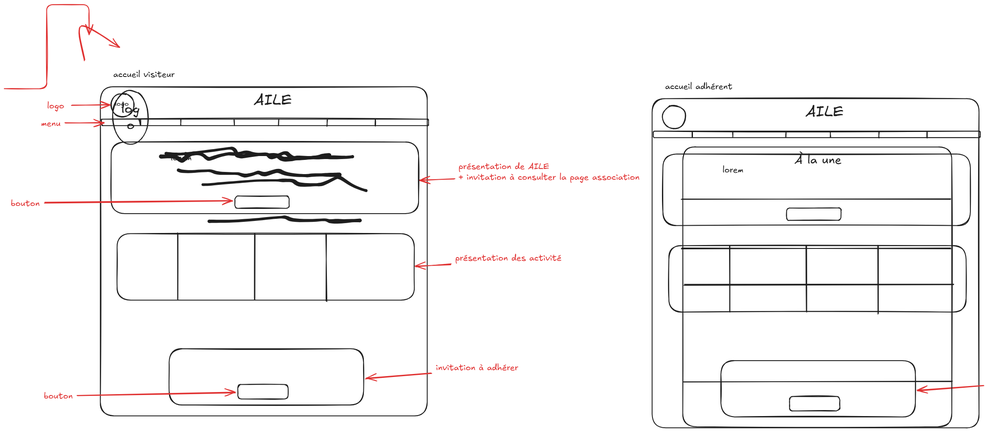
Earlier version of the Excalidraw export Conception/schéma/wireframe.excalidraw.png (kurogami20/Aile_damien). Source tidied: one line per element, renumbered; positions are measured from the earlier drawing's top-left corner, leaving out a move shared by most shapes. Its diagram source:
```json
{"id": 0, "type": "rectangle", "strokeColor": "#1e1e1e", "strokeWidth": 2, "roughness": 1, "round": true, "x": 208, "y": 40, "width": 760, "height": 766}
{"id": 1, "type": "ellipse", "strokeColor": "#1e1e1e", "strokeWidth": 2, "roughness": 1, "round": true, "x": 233, "y": 56, "width": 54, "height": 54}
{"id": 2, "type": "text", "text": "AILE", "strokeColor": "#1e1e1e", "strokeWidth": 2, "roughness": 1, "fontSize": 36, "fontFamily": 5, "x": 565, "y": 49, "width": 89, "height": 45}
{"id": 3, "type": "rectangle", "strokeColor": "#1e1e1e", "strokeWidth": 2, "roughness": 1, "round": true, "x": 211, "y": 115, "width": 760, "height": 15}
{"id": 4, "type": "line", "strokeColor": "#1e1e1e", "strokeWidth": 2, "roughness": 1, "round": true, "x": 302, "y": 115, "width": 0, "height": 14, "points": [[0, 0], [0, 14]]}
{"id": 5, "type": "line", "strokeColor": "#1e1e1e", "strokeWidth": 2, "roughness": 1, "round": true, "x": 396, "y": 115, "width": 0, "height": 14, "points": [[0, 0], [0, 14]]}
{"id": 6, "type": "line", "strokeColor": "#1e1e1e", "strokeWidth": 2, "roughness": 1, "round": true, "x": 520, "y": 116, "width": 0, "height": 14, "points": [[0, 0], [0, 14]]}
{"id": 7, "type": "line", "strokeColor": "#1e1e1e", "strokeWidth": 2, "roughness": 1, "round": true, "x": 623, "y": 116, "width": 0, "height": 14, "points": [[0, 0], [0, 14]]}
{"id": 8, "type": "line", "strokeColor": "#1e1e1e", "strokeWidth": 2, "roughness": 1, "round": true, "x": 736, "y": 117, "width": 0, "height": 14, "points": [[0, 0], [0, 14]]}
{"id": 9, "type": "line", "strokeColor": "#1e1e1e", "strokeWidth": 2, "roughness": 1, "round": true, "x": 847, "y": 117, "width": 0, "height": 14, "points": [[0, 0], [0, 14]]}
{"id": 10, "type": "arrow", "strokeColor": "#e03131", "strokeWidth": 2, "roughness": 1, "endArrowhead": "arrow", "round": true, "to": 35, "x": 142, "y": 83, "width": 88, "height": 1, "points": [[0, 0], [88, -1]]}
{"id": 11, "type": "text", "text": "logo", "strokeColor": "#e03131", "strokeWidth": 2, "roughness": 1, "fontSize": 20, "fontFamily": 5, "x": 85, "y": 72, "width": 40, "height": 25}
{"id": 12, "type": "arrow", "strokeColor": "#e03131", "strokeWidth": 2, "roughness": 1, "endArrowhead": "arrow", "round": true, "from": 13, "x": 1031, "y": 254, "width": 81, "height": 3, "points": [[0, 0], [-81, 3]]}
{"id": 13, "type": "text", "text": "présentation de AILE \n+ invitation à consulter la page association", "strokeColor": "#e03131", "strokeWidth": 2, "roughness": 1, "fontSize": 20, "fontFamily": 5, "x": 1041, "y": 214, "width": 421, "height": 50}
{"id": 14, "type": "text", "text": "accueil visiteur", "strokeColor": "#1e1e1e", "strokeWidth": 2, "roughness": 1, "fontSize": 20, "fontFamily": 5, "x": 238, "y": 0, "width": 143, "height": 25}
{"id": 15, "type": "rectangle", "strokeColor": "#1e1e1e", "strokeWidth": 2, "roughness": 1, "round": true, "x": 233, "y": 169, "width": 715, "height": 167}
{"id": 16, "type": "text", "text": "lorem", "strokeColor": "#1e1e1e", "strokeWidth": 2, "roughness": 1, "fontSize": 20, "fontFamily": 5, "x": 372, "y": 193, "width": 48, "height": 25}
{"id": 17, "type": "rectangle", "strokeColor": "#1e1e1e", "strokeWidth": 2, "roughness": 1, "round": true, "x": 247, "y": 382, "width": 691, "height": 155}
{"id": 18, "type": "line", "strokeColor": "#1e1e1e", "strokeWidth": 2, "roughness": 1, "round": true, "x": 388, "y": 382, "width": 0, "height": 154, "points": [[0, 0], [0, 154]]}
{"id": 19, "type": "line", "strokeColor": "#1e1e1e", "strokeWidth": 2, "roughness": 1, "round": true, "x": 568, "y": 382, "width": 0, "height": 154, "points": [[0, 0], [0, 154]]}
{"id": 20, "type": "line", "strokeColor": "#1e1e1e", "strokeWidth": 2, "roughness": 1, "round": true, "x": 734, "y": 382, "width": 0, "height": 158, "points": [[0, 0], [0, 158]]}
{"id": 21, "type": "arrow", "strokeColor": "#e03131", "strokeWidth": 2, "roughness": 1, "endArrowhead": "arrow", "round": true, "from": 22, "x": 1023, "y": 453, "width": 81, "height": 6, "points": [[0, 0], [-81, 6]]}
{"id": 22, "type": "text", "text": "présentation des activité", "strokeColor": "#e03131", "strokeWidth": 2, "roughness": 1, "fontSize": 20, "fontFamily": 5, "x": 1033, "y": 426, "width": 247, "height": 25}
{"id": 23, "type": "rectangle", "strokeColor": "#1e1e1e", "strokeWidth": 2, "roughness": 1, "round": true, "x": 368, "y": 649, "width": 452, "height": 131}
{"id": 24, "type": "rectangle", "strokeColor": "#1e1e1e", "strokeWidth": 2, "roughness": 1, "round": true, "x": 528, "y": 733, "width": 117, "height": 34}
{"id": 25, "type": "arrow", "strokeColor": "#e03131", "strokeWidth": 2, "roughness": 1, "endArrowhead": "arrow", "round": true, "from": 26, "to": 23, "x": 978, "y": 707, "width": 153, "height": 13, "points": [[0, 0], [-153, 13]]}
{"id": 26, "type": "text", "text": "invitation à adhérer", "strokeColor": "#e03131", "strokeWidth": 2, "roughness": 1, "fontSize": 20, "fontFamily": 5, "x": 989, "y": 682, "width": 191, "height": 25}
{"id": 27, "type": "arrow", "strokeColor": "#e03131", "strokeWidth": 2, "roughness": 1, "endArrowhead": "arrow", "round": true, "x": 156, "y": 758, "width": 366, "height": 7, "points": [[0, 0], [366, -7]]}
{"id": 28, "type": "text", "text": "bouton", "strokeColor": "#e03131", "strokeWidth": 2, "roughness": 1, "fontSize": 20, "fontFamily": 5, "x": 77, "y": 748, "width": 68, "height": 25}
{"id": 29, "type": "arrow", "strokeColor": "#e03131", "strokeWidth": 2, "roughness": 1, "endArrowhead": "arrow", "round": true, "x": 128, "y": 124, "width": 88, "height": 1, "points": [[0, 0], [88, -1]]}
{"id": 30, "type": "text", "text": "menu", "strokeColor": "#e03131", "strokeWidth": 2, "roughness": 1, "fontSize": 20, "fontFamily": 5, "x": 71, "y": 114, "width": 45, "height": 25}
{"id": 31, "type": "rectangle", "strokeColor": "#1e1e1e", "strokeWidth": 2, "roughness": 1, "round": true, "x": 521, "y": 294, "width": 126, "height": 29}
{"id": 32, "type": "arrow", "strokeColor": "#e03131", "strokeWidth": 2, "roughness": 1, "endArrowhead": "arrow", "round": true, "from": 33, "to": 31, "x": 79, "y": 310, "width": 435, "height": 4, "points": [[0, 0], [435, -4]]}
{"id": 33, "type": "text", "text": "bouton", "strokeColor": "#e03131", "strokeWidth": 2, "roughness": 1, "fontSize": 20, "fontFamily": 5, "x": 0, "y": 299, "width": 68, "height": 25}
{"id": 34, "type": "rectangle", "strokeColor": "#1e1e1e", "strokeWidth": 2, "roughness": 1, "round": true, "x": 1491, "y": 68, "width": 760, "height": 766}
{"id": 35, "type": "ellipse", "strokeColor": "#1e1e1e", "strokeWidth": 2, "roughness": 1, "round": true, "x": 1516, "y": 84, "width": 54, "height": 54}
{"id": 36, "type": "text", "text": "AILE", "strokeColor": "#1e1e1e", "strokeWidth": 2, "roughness": 1, "fontSize": 36, "fontFamily": 5, "x": 1848, "y": 77, "width": 89, "height": 45}
{"id": 37, "type": "rectangle", "strokeColor": "#1e1e1e", "strokeWidth": 2, "roughness": 1, "round": true, "x": 1494, "y": 143, "width": 760, "height": 15}
{"id": 38, "type": "line", "strokeColor": "#1e1e1e", "strokeWidth": 2, "roughness": 1, "round": true, "x": 1585, "y": 143, "width": 0, "height": 14, "points": [[0, 0], [0, 14]]}
{"id": 39, "type": "line", "strokeColor": "#1e1e1e", "strokeWidth": 2, "roughness": 1, "round": true, "x": 1678, "y": 143, "width": 0, "height": 14, "points": [[0, 0], [0, 14]]}
{"id": 40, "type": "line", "strokeColor": "#1e1e1e", "strokeWidth": 2, "roughness": 1, "round": true, "x": 1802, "y": 144, "width": 0, "height": 14, "points": [[0, 0], [0, 14]]}
{"id": 41, "type": "line", "strokeColor": "#1e1e1e", "strokeWidth": 2, "roughness": 1, "round": true, "x": 1906, "y": 144, "width": 0, "height": 14, "points": [[0, 0], [0, 14]]}
{"id": 42, "type": "line", "strokeColor": "#1e1e1e", "strokeWidth": 2, "roughness": 1, "round": true, "x": 2019, "y": 145, "width": 0, "height": 14, "points": [[0, 0], [0, 14]]}
{"id": 43, "type": "line", "strokeColor": "#1e1e1e", "strokeWidth": 2, "roughness": 1, "round": true, "x": 2130, "y": 145, "width": 0, "height": 14, "points": [[0, 0], [0, 14]]}
{"id": 44, "type": "text", "text": "accueil adhérent", "strokeColor": "#1e1e1e", "strokeWidth": 2, "roughness": 1, "fontSize": 20, "fontFamily": 5, "x": 1521, "y": 28, "width": 157, "height": 25}
{"id": 45, "type": "line", "strokeColor": "#1e1e1e", "strokeWidth": 2, "roughness": 1, "round": true, "x": 1559, "y": 301, "width": 625, "height": 0, "points": [[0, 0], [625, 0]]}
{"id": 46, "type": "line", "strokeColor": "#1e1e1e", "strokeWidth": 2, "roughness": 1, "round": true, "x": 1566, "y": 500, "width": 625, "height": 0, "points": [[0, 0], [625, 0]]}
{"id": 47, "type": "line", "strokeColor": "#1e1e1e", "strokeWidth": 2, "roughness": 1, "round": true, "x": 1564, "y": 726, "width": 625, "height": 0, "points": [[0, 0], [625, 0]]}
{"id": 48, "type": "text", "text": "À la une", "strokeColor": "#1e1e1e", "strokeWidth": 2, "roughness": 1, "fontSize": 28, "fontFamily": 5, "x": 1822, "y": 193, "width": 109, "height": 35}
```
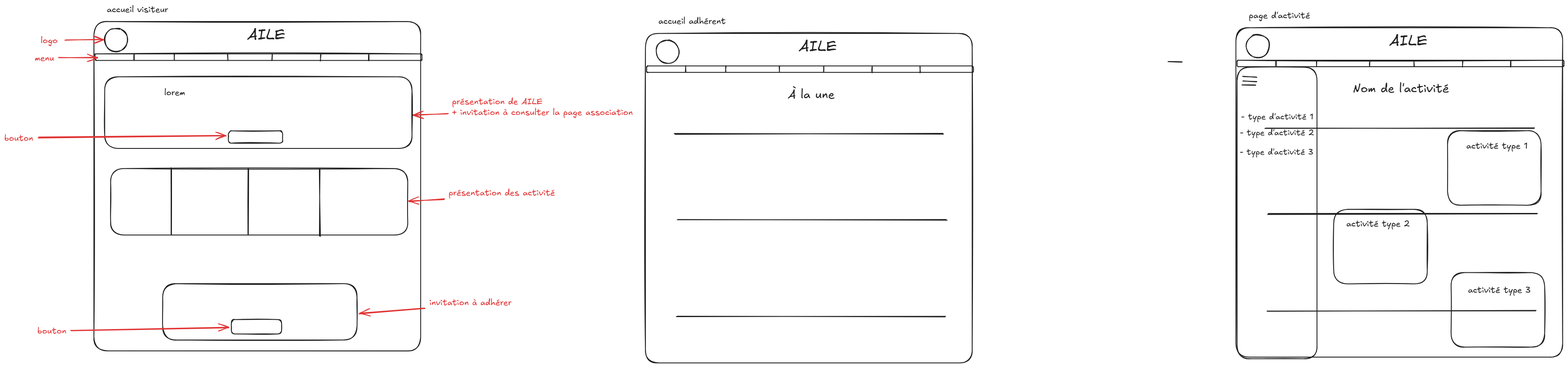
Above is the later version.

Commit message:
page des actité partiellement faite

What changed in the source:
```diff
@@ -32,18 +32,43 @@
 {"id": 31, "type": "rectangle", "strokeColor": "#1e1e1e", "strokeWidth": 2, "roughness": 1, "round": true, "x": 521, "y": 294, "width": 126, "height": 29}
 {"id": 32, "type": "arrow", "strokeColor": "#e03131", "strokeWidth": 2, "roughness": 1, "endArrowhead": "arrow", "round": true, "from": 33, "to": 31, "x": 79, "y": 310, "width": 435, "height": 4, "points": [[0, 0], [435, -4]]}
 {"id": 33, "type": "text", "text": "bouton", "strokeColor": "#e03131", "strokeWidth": 2, "roughness": 1, "fontSize": 20, "fontFamily": 5, "x": 0, "y": 299, "width": 68, "height": 25}
+{"id": 49, "type": "rectangle", "strokeColor": "#1e1e1e", "strokeWidth": 2, "roughness": 1, "round": true, "x": 1491, "y": 68, "width": 760, "height": 766}
+{"id": 50, "type": "ellipse", "strokeColor": "#1e1e1e", "strokeWidth": 2, "roughness": 1, "round": true, "x": 1516, "y": 84, "width": 54, "height": 54}
+{"id": 51, "type": "text", "text": "AILE", "strokeColor": "#1e1e1e", "strokeWidth": 2, "roughness": 1, "fontSize": 36, "fontFamily": 5, "x": 1848, "y": 77, "width": 89, "height": 45}
+{"id": 52, "type": "rectangle", "strokeColor": "#1e1e1e", "strokeWidth": 2, "roughness": 1, "round": true, "x": 1494, "y": 143, "width": 760, "height": 15}
+{"id": 53, "type": "line", "strokeColor": "#1e1e1e", "strokeWidth": 2, "roughness": 1, "round": true, "x": 1585, "y": 143, "width": 0, "height": 14, "points": [[0, 0], [0, 14]]}
+{"id": 54, "type": "line", "strokeColor": "#1e1e1e", "strokeWidth": 2, "roughness": 1, "round": true, "x": 1678, "y": 143, "width": 0, "height": 14, "points": [[0, 0], [0, 14]]}
+{"id": 55, "type": "line", "strokeColor": "#1e1e1e", "strokeWidth": 2, "roughness": 1, "round": true, "x": 1802, "y": 144, "width": 0, "height": 14, "points": [[0, 0], [0, 14]]}
+{"id": 56, "type": "line", "strokeColor": "#1e1e1e", "strokeWidth": 2, "roughness": 1, "round": true, "x": 1906, "y": 144, "width": 0, "height": 14, "points": [[0, 0], [0, 14]]}
+{"id": 57, "type": "line", "strokeColor": "#1e1e1e", "strokeWidth": 2, "roughness": 1, "round": true, "x": 2019, "y": 145, "width": 0, "height": 14, "points": [[0, 0], [0, 14]]}
+{"id": 58, "type": "line", "strokeColor": "#1e1e1e", "strokeWidth": 2, "roughness": 1, "round": true, "x": 2130, "y": 145, "width": 0, "height": 14, "points": [[0, 0], [0, 14]]}
+{"id": 59, "type": "text", "text": "accueil adhérent", "strokeColor": "#1e1e1e", "strokeWidth": 2, "roughness": 1, "fontSize": 20, "fontFamily": 5, "x": 1521, "y": 28, "width": 157, "height": 25}
+{"id": 60, "type": "line", "strokeColor": "#1e1e1e", "strokeWidth": 2, "roughness": 1, "round": true, "x": 1559, "y": 301, "width": 625, "height": 0, "points": [[0, 0], [625, 0]]}
+{"id": 61, "type": "line", "strokeColor": "#1e1e1e", "strokeWidth": 2, "roughness": 1, "round": true, "x": 1566, "y": 500, "width": 625, "height": 0, "points": [[0, 0], [625, 0]]}
+{"id": 62, "type": "line", "strokeColor": "#1e1e1e", "strokeWidth": 2, "roughness": 1, "round": true, "x": 1564, "y": 726, "width": 625, "height": 0, "points": [[0, 0], [625, 0]]}
+{"id": 63, "type": "text", "text": "À la une", "strokeColor": "#1e1e1e", "strokeWidth": 2, "roughness": 1, "fontSize": 28, "fontFamily": 5, "x": 1822, "y": 193, "width": 109, "height": 35}
-{"id": 34, "type": "rectangle", "strokeColor": "#1e1e1e", "strokeWidth": 2, "roughness": 1, "round": true, "x": 1491, "y": 68, "width": 760, "height": 766}
+{"id": 34, "type": "rectangle", "strokeColor": "#1e1e1e", "strokeWidth": 2, "roughness": 1, "round": true, "x": 2865, "y": 54, "width": 760, "height": 766}
-{"id": 35, "type": "ellipse", "strokeColor": "#1e1e1e", "strokeWidth": 2, "roughness": 1, "round": true, "x": 1516, "y": 84, "width": 54, "height": 54}
+{"id": 35, "type": "ellipse", "strokeColor": "#1e1e1e", "strokeWidth": 2, "roughness": 1, "round": true, "x": 2889, "y": 70, "width": 54, "height": 54}
-{"id": 36, "type": "text", "text": "AILE", "strokeColor": "#1e1e1e", "strokeWidth": 2, "roughness": 1, "fontSize": 36, "fontFamily": 5, "x": 1848, "y": 77, "width": 89, "height": 45}
+{"id": 36, "type": "text", "text": "AILE", "strokeColor": "#1e1e1e", "strokeWidth": 2, "roughness": 1, "fontSize": 36, "fontFamily": 5, "x": 3221, "y": 63, "width": 89, "height": 45}
-{"id": 37, "type": "rectangle", "strokeColor": "#1e1e1e", "strokeWidth": 2, "roughness": 1, "round": true, "x": 1494, "y": 143, "width": 760, "height": 15}
+{"id": 37, "type": "rectangle", "strokeColor": "#1e1e1e", "strokeWidth": 2, "roughness": 1, "round": true, "x": 2867, "y": 130, "width": 760, "height": 15}
-{"id": 38, "type": "line", "strokeColor": "#1e1e1e", "strokeWidth": 2, "roughness": 1, "round": true, "x": 1585, "y": 143, "width": 0, "height": 14, "points": [[0, 0], [0, 14]]}
+{"id": 38, "type": "line", "strokeColor": "#1e1e1e", "strokeWidth": 2, "roughness": 1, "round": true, "x": 2958, "y": 130, "width": 0, "height": 14, "points": [[0, 0], [0, 14]]}
-{"id": 39, "type": "line", "strokeColor": "#1e1e1e", "strokeWidth": 2, "roughness": 1, "round": true, "x": 1678, "y": 143, "width": 0, "height": 14, "points": [[0, 0], [0, 14]]}
+{"id": 39, "type": "line", "strokeColor": "#1e1e1e", "strokeWidth": 2, "roughness": 1, "round": true, "x": 3052, "y": 130, "width": 0, "height": 14, "points": [[0, 0], [0, 14]]}
-{"id": 40, "type": "line", "strokeColor": "#1e1e1e", "strokeWidth": 2, "roughness": 1, "round": true, "x": 1802, "y": 144, "width": 0, "height": 14, "points": [[0, 0], [0, 14]]}
+{"id": 40, "type": "line", "strokeColor": "#1e1e1e", "strokeWidth": 2, "roughness": 1, "round": true, "x": 3176, "y": 131, "width": 0, "height": 14, "points": [[0, 0], [0, 14]]}
-{"id": 41, "type": "line", "strokeColor": "#1e1e1e", "strokeWidth": 2, "roughness": 1, "round": true, "x": 1906, "y": 144, "width": 0, "height": 14, "points": [[0, 0], [0, 14]]}
+{"id": 41, "type": "line", "strokeColor": "#1e1e1e", "strokeWidth": 2, "roughness": 1, "round": true, "x": 3279, "y": 131, "width": 0, "height": 14, "points": [[0, 0], [0, 14]]}
-{"id": 42, "type": "line", "strokeColor": "#1e1e1e", "strokeWidth": 2, "roughness": 1, "round": true, "x": 2019, "y": 145, "width": 0, "height": 14, "points": [[0, 0], [0, 14]]}
+{"id": 42, "type": "line", "strokeColor": "#1e1e1e", "strokeWidth": 2, "roughness": 1, "round": true, "x": 3392, "y": 132, "width": 0, "height": 14, "points": [[0, 0], [0, 14]]}
-{"id": 43, "type": "line", "strokeColor": "#1e1e1e", "strokeWidth": 2, "roughness": 1, "round": true, "x": 2130, "y": 145, "width": 0, "height": 14, "points": [[0, 0], [0, 14]]}
+{"id": 43, "type": "line", "strokeColor": "#1e1e1e", "strokeWidth": 2, "roughness": 1, "round": true, "x": 3504, "y": 132, "width": 0, "height": 14, "points": [[0, 0], [0, 14]]}
-{"id": 44, "type": "text", "text": "accueil adhérent", "strokeColor": "#1e1e1e", "strokeWidth": 2, "roughness": 1, "fontSize": 20, "fontFamily": 5, "x": 1521, "y": 28, "width": 157, "height": 25}
+{"id": 44, "type": "text", "text": "page d'activité\n", "strokeColor": "#1e1e1e", "strokeWidth": 2, "roughness": 1, "fontSize": 20, "fontFamily": 5, "x": 2895, "y": 15, "width": 143, "height": 50}
-{"id": 45, "type": "line", "strokeColor": "#1e1e1e", "strokeWidth": 2, "roughness": 1, "round": true, "x": 1559, "y": 301, "width": 625, "height": 0, "points": [[0, 0], [625, 0]]}
-{"id": 46, "type": "line", "strokeColor": "#1e1e1e", "strokeWidth": 2, "roughness": 1, "round": true, "x": 1566, "y": 500, "width": 625, "height": 0, "points": [[0, 0], [625, 0]]}
-{"id": 47, "type": "line", "strokeColor": "#1e1e1e", "strokeWidth": 2, "roughness": 1, "round": true, "x": 1564, "y": 726, "width": 625, "height": 0, "points": [[0, 0], [625, 0]]}
-{"id": 48, "type": "text", "text": "À la une", "strokeColor": "#1e1e1e", "strokeWidth": 2, "roughness": 1, "fontSize": 28, "fontFamily": 5, "x": 1822, "y": 193, "width": 109, "height": 35}
+{"id": 48, "type": "text", "text": "Nom de l'activité", "strokeColor": "#1e1e1e", "strokeWidth": 2, "roughness": 1, "fontSize": 28, "fontFamily": 5, "x": 3137, "y": 180, "width": 223, "height": 35}
+{"id": 64, "type": "rectangle", "strokeColor": "#1e1e1e", "strokeWidth": 2, "roughness": 1, "round": true, "x": 2867, "y": 146, "width": 186, "height": 678}
+{"id": 65, "type": "text", "text": "- type d'activité 2", "strokeColor": "#1e1e1e", "strokeWidth": 2, "roughness": 1, "fontSize": 19.23, "fontFamily": 5, "x": 2874, "y": 287, "width": 173, "height": 24}
+{"id": 66, "type": "text", "text": "- type d'activité 3", "strokeColor": "#1e1e1e", "strokeWidth": 2, "roughness": 1, "fontSize": 19.23, "fontFamily": 5, "x": 2874, "y": 332, "width": 171, "height": 24}
+{"id": 67, "type": "text", "text": "- type d'activité 1", "strokeColor": "#1e1e1e", "strokeWidth": 2, "roughness": 1, "fontSize": 19.23, "fontFamily": 5, "x": 2877, "y": 250, "width": 168, "height": 24}
+{"id": 68, "type": "line", "strokeColor": "#1e1e1e", "strokeWidth": 2, "roughness": 1, "round": true, "x": 2881, "y": 168, "width": 32, "height": 1, "points": [[0, 0], [32, 1]]}
+{"id": 69, "type": "line", "strokeColor": "#1e1e1e", "strokeWidth": 2, "roughness": 1, "round": true, "x": 2881, "y": 179, "width": 32, "height": 1, "points": [[0, 0], [32, 1]]}
+{"id": 70, "type": "line", "strokeColor": "#1e1e1e", "strokeWidth": 2, "roughness": 1, "round": true, "x": 2879, "y": 187, "width": 32, "height": 1, "points": [[0, 0], [32, 1]]}
+{"id": 71, "type": "rectangle", "strokeColor": "#1e1e1e", "strokeWidth": 2, "roughness": 1, "round": true, "x": 3357, "y": 294, "width": 218, "height": 173}
+{"id": 72, "type": "rectangle", "strokeColor": "#1e1e1e", "strokeWidth": 2, "roughness": 1, "round": true, "x": 3092, "y": 477, "width": 218, "height": 173}
+{"id": 73, "type": "rectangle", "strokeColor": "#1e1e1e", "strokeWidth": 2, "roughness": 1, "round": true, "x": 3365, "y": 624, "width": 218, "height": 173}
+{"id": 74, "type": "text", "text": "activité type 1", "strokeColor": "#1e1e1e", "strokeWidth": 2, "roughness": 1, "fontSize": 20, "fontFamily": 5, "x": 3400, "y": 318, "width": 143, "height": 25}
+{"id": 75, "type": "text", "text": "activité type 2", "strokeColor": "#1e1e1e", "strokeWidth": 2, "roughness": 1, "fontSize": 20, "fontFamily": 5, "x": 3121, "y": 499, "width": 148, "height": 25}
+{"id": 76, "type": "text", "text": "activité type 3", "strokeColor": "#1e1e1e", "strokeWidth": 2, "roughness": 1, "fontSize": 20, "fontFamily": 5, "x": 3404, "y": 652, "width": 146, "height": 25}
```
